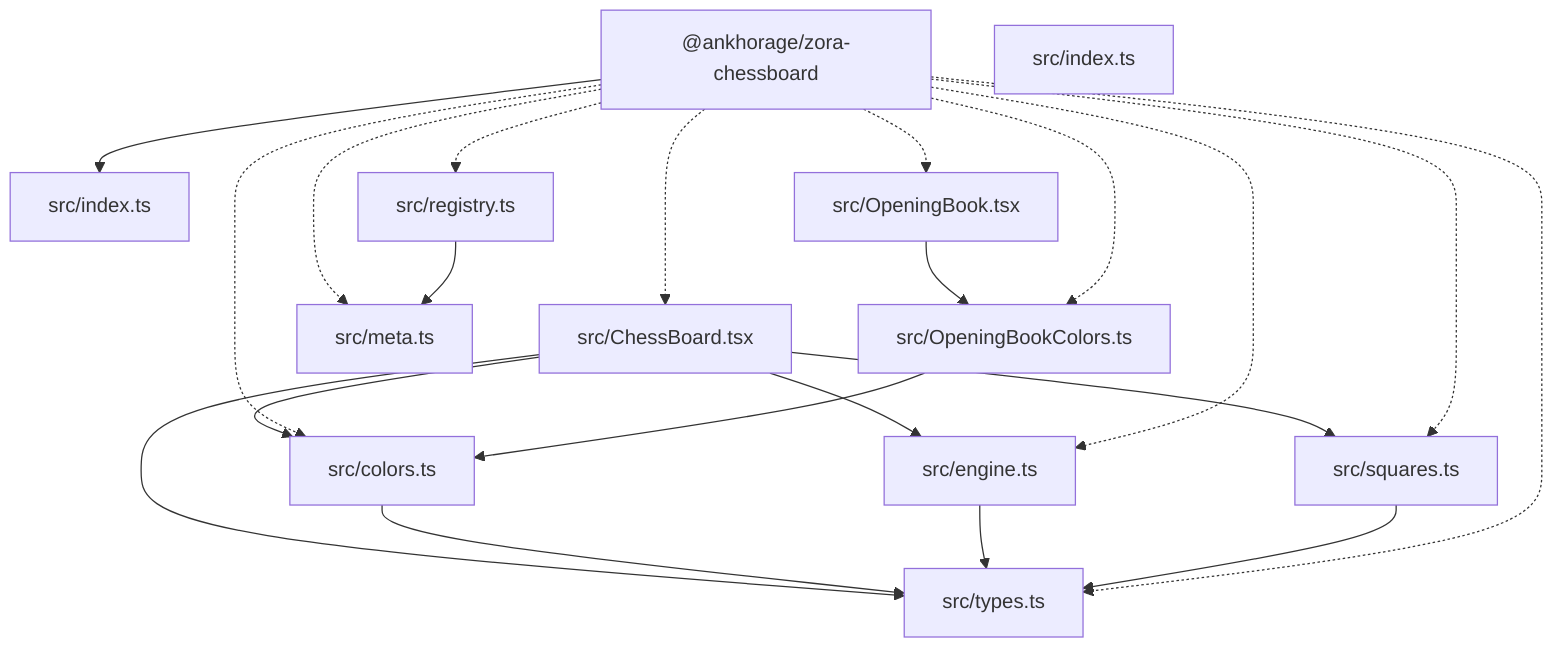
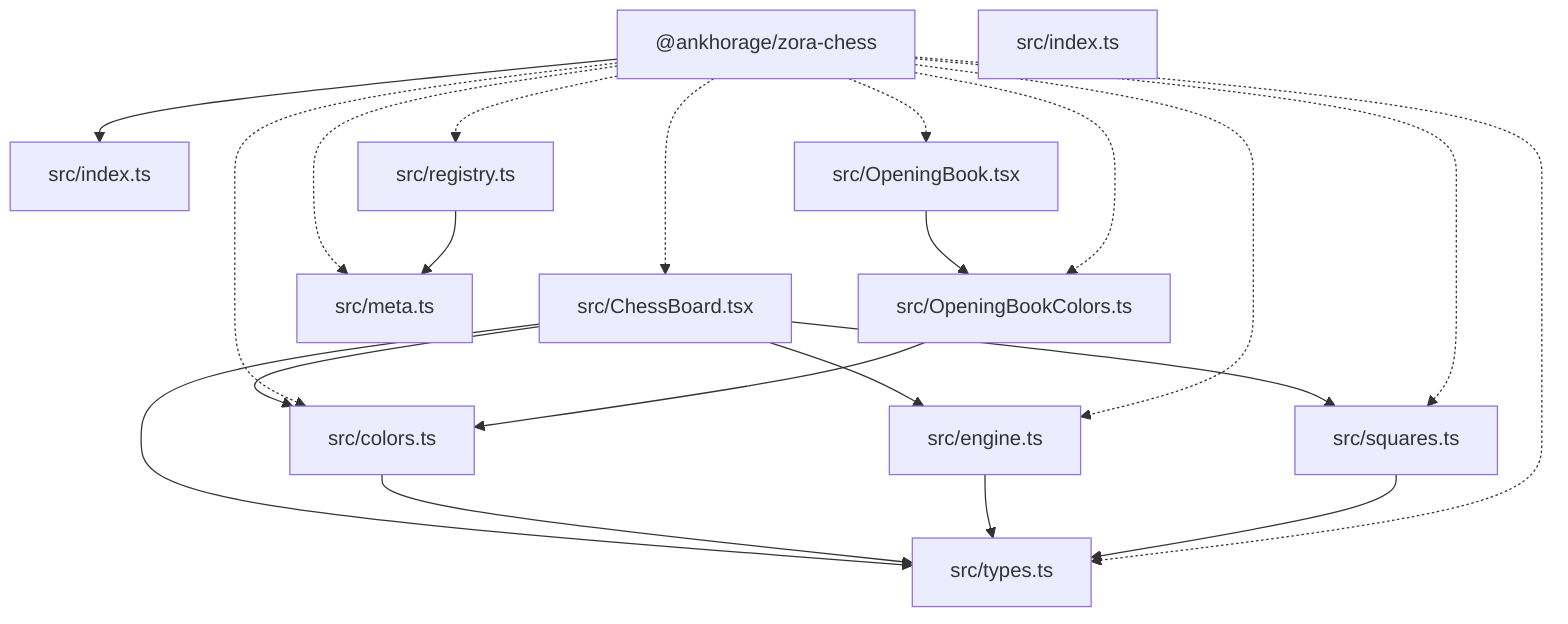
graph TD
-   package__ankhorage_zora_chess["@ankhorage/zora-chessboard"]
+   package__ankhorage_zora_chess["@ankhorage/zora-chess"]
  entrypoint_src_index_ts["src/index.ts"]
  package__ankhorage_zora_chess --> entrypoint_src_index_ts
  module_src_ChessBoard_tsx["src/ChessBoard.tsx"]
  package__ankhorage_zora_chess -.-> module_src_ChessBoard_tsx
  module_src_ChessBoard_tsx --> module_src_colors_ts
  module_src_ChessBoard_tsx --> module_src_engine_ts
  module_src_ChessBoard_tsx --> module_src_squares_ts
  module_src_ChessBoard_tsx --> module_src_types_ts
  module_src_colors_ts["src/colors.ts"]
  package__ankhorage_zora_chess -.-> module_src_colors_ts
  module_src_colors_ts --> module_src_types_ts
  module_src_engine_ts["src/engine.ts"]
  package__ankhorage_zora_chess -.-> module_src_engine_ts
  module_src_engine_ts --> module_src_types_ts
  module_src_index_ts["src/index.ts"]
  module_src_meta_ts["src/meta.ts"]
  package__ankhorage_zora_chess -.-> module_src_meta_ts
  module_src_OpeningBook_tsx["src/OpeningBook.tsx"]
  package__ankhorage_zora_chess -.-> module_src_OpeningBook_tsx
  module_src_OpeningBook_tsx --> module_src_OpeningBookColors_ts
  module_src_OpeningBookColors_ts["src/OpeningBookColors.ts"]
  package__ankhorage_zora_chess -.-> module_src_OpeningBookColors_ts
  module_src_OpeningBookColors_ts --> module_src_colors_ts
  module_src_registry_ts["src/registry.ts"]
  package__ankhorage_zora_chess -.-> module_src_registry_ts
  module_src_registry_ts --> module_src_meta_ts
  module_src_squares_ts["src/squares.ts"]
  package__ankhorage_zora_chess -.-> module_src_squares_ts
  module_src_squares_ts --> module_src_types_ts
  module_src_types_ts["src/types.ts"]
  package__ankhorage_zora_chess -.-> module_src_types_ts
